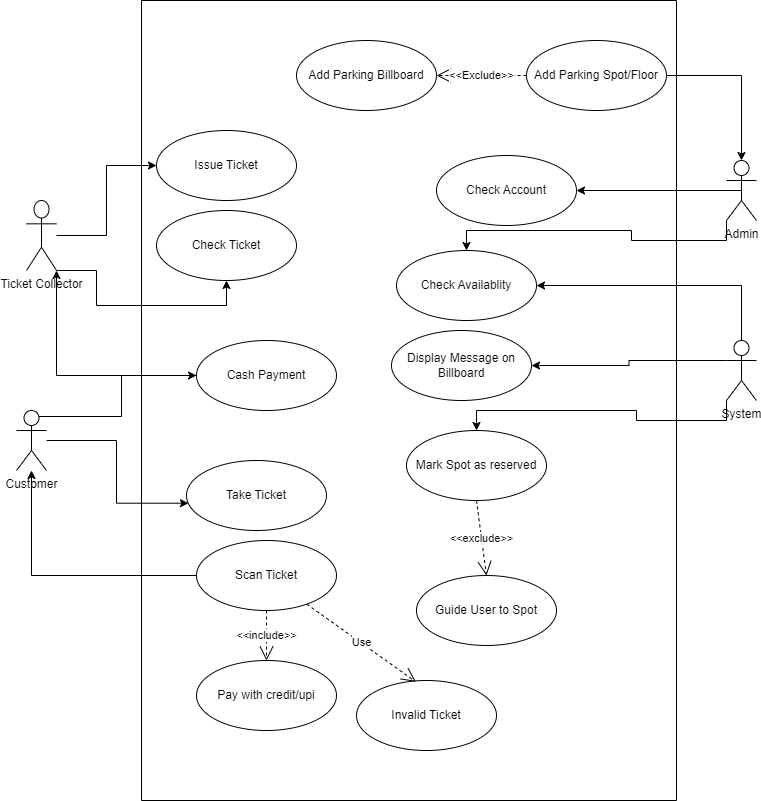
Before: parking.drawio.png, a diagram exported from draw.io (vikassrathi/UML). Source tidied: cells renumbered, new cells last; positions are measured from the earlier drawing's top-left corner, leaving out a move shared by most shapes.
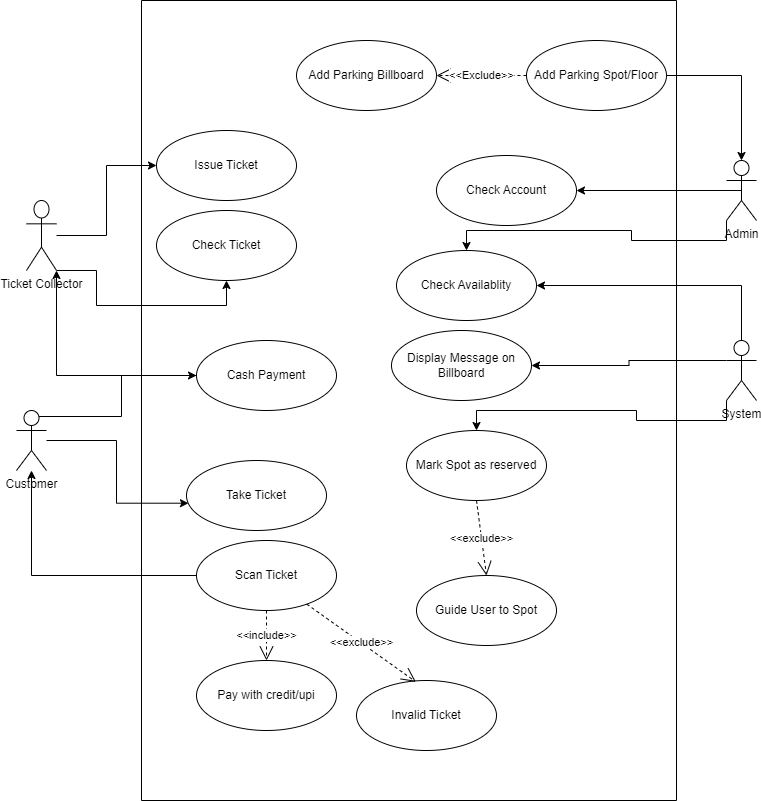
Later version of the same file.

Change to the diagram source:
```diff
@@ -103,7 +103,7 @@
     <mxCell id="33" value="Invalid Ticket" style="ellipse;whiteSpace=wrap;html=1;" parent="23" vertex="1">
       <mxGeometry x="215" y="680" width="140" height="70" as="geometry" />
     </mxCell>
-    <mxCell id="34" value="Use" style="endArrow=open;endSize=12;dashed=1;html=1;rounded=0;entryX=0.424;entryY=0.019;entryDx=0;entryDy=0;entryPerimeter=0;" parent="23" edge="1" source="28" target="33">
+    <mxCell id="34" value="&amp;lt;&amp;lt;exclude&amp;gt;&amp;gt;" style="endArrow=open;endSize=12;dashed=1;html=1;rounded=0;entryX=0.424;entryY=0.019;entryDx=0;entryDy=0;entryPerimeter=0;" parent="23" edge="1" source="28" target="33">
       <mxGeometry relative="1" as="geometry" />
     </mxCell>
     <mxCell id="35" style="edgeStyle=orthogonalEdgeStyle;rounded=0;jettySize=auto;html=1;exitX=1;exitY=0.5;exitDx=0;exitDy=0;entryX=0.5;entryY=0;entryDx=0;entryDy=0;entryPerimeter=0;" parent="1" edge="1" source="24" target="12">
```
